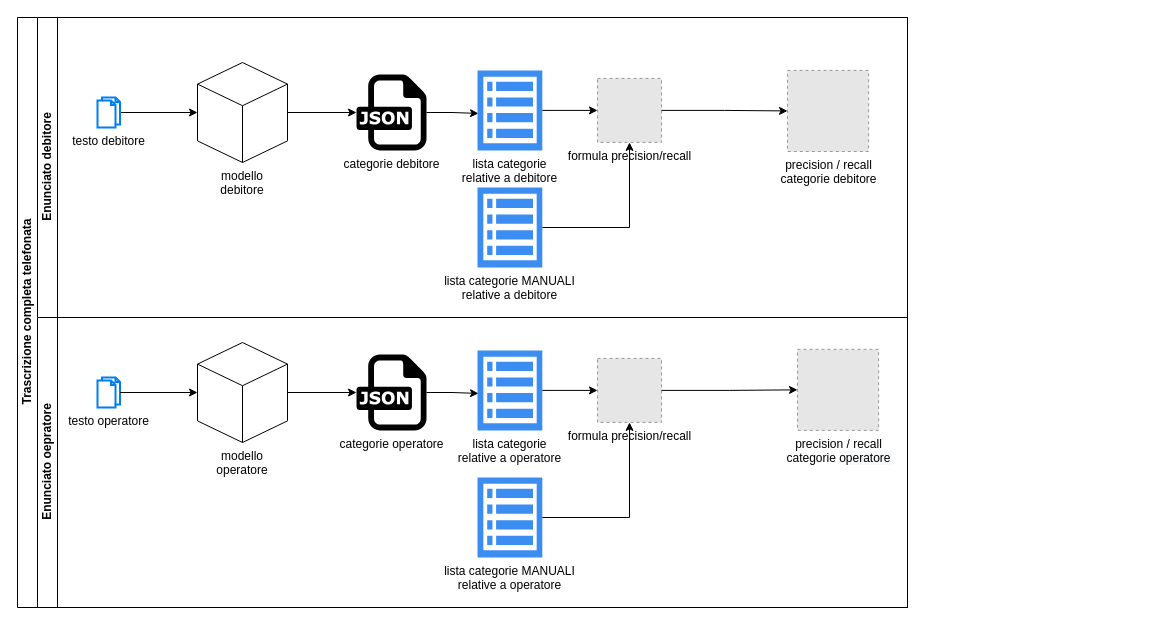
Earlier version of the draw.io diagram Untitled Diagram.drawio (c0pper/word_comments_to_platform_ann). Source tidied: cells renumbered, new cells numbered last; positions are measured from the earlier drawing's top-left corner, leaving out a move shared by most shapes. Both pictures are drawn from the tidied source at 100%, with x=0, y=0 at pixel (17, 17). Pictures stored in the file or linked from it are replaced by grey dashed boxes.
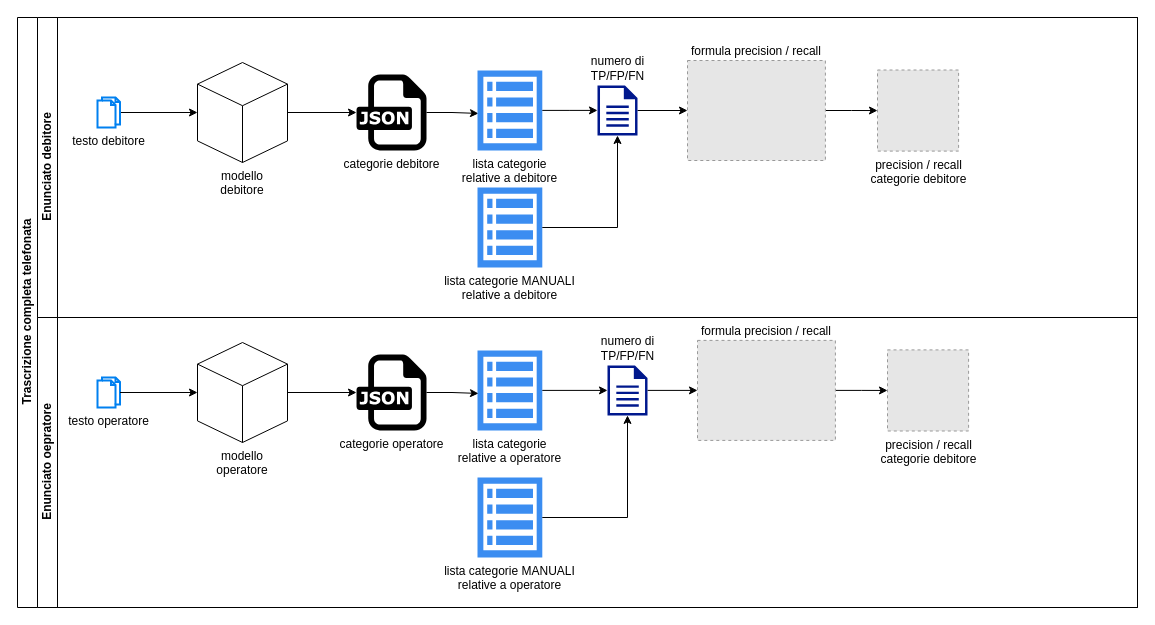
The same diagram, later.

The change refers to these unchanged cells:
```xml
<mxCell id="10" value="lista categorie &lt;br&gt;relative a debitore" style="sketch=0;html=1;strokeColor=none;shadow=0;align=center;verticalAlign=top;fillColor=#3B8DF1;shape=mxgraph.gcp2.view_list;labelPosition=center;verticalLabelPosition=bottom;" parent="3" vertex="1">
  <mxGeometry x="440" y="52.9" width="64.8" height="80" as="geometry" />
</mxCell>
<mxCell id="13" value="lista categorie MANUALI&lt;br&gt;relative a debitore" style="sketch=0;html=1;strokeColor=none;shadow=0;align=center;verticalAlign=top;fillColor=#3B8DF1;shape=mxgraph.gcp2.view_list;labelPosition=center;verticalLabelPosition=bottom;" parent="3" vertex="1">
  <mxGeometry x="440" y="170" width="64.8" height="80" as="geometry" />
</mxCell>
<mxCell id="23" value="lista categorie &lt;br&gt;relative a operatore" style="sketch=0;html=1;strokeColor=none;shadow=0;align=center;verticalAlign=top;fillColor=#3B8DF1;shape=mxgraph.gcp2.view_list;labelPosition=center;verticalLabelPosition=bottom;" parent="17" vertex="1">
  <mxGeometry x="440" y="32.9" width="64.8" height="80" as="geometry" />
</mxCell>
<mxCell id="26" value="lista categorie MANUALI&lt;br&gt;relative a operatore" style="sketch=0;html=1;strokeColor=none;shadow=0;align=center;verticalAlign=top;fillColor=#3B8DF1;shape=mxgraph.gcp2.view_list;labelPosition=center;verticalLabelPosition=bottom;" parent="17" vertex="1">
  <mxGeometry x="440" y="160" width="64.8" height="80" as="geometry" />
</mxCell>
```

What changed in the source:
```diff
@@
     <mxCell id="2" value="Trascrizione completa telefonata" style="swimlane;horizontal=0;startSize=20;html=1;" parent="1" vertex="1">
-      <mxGeometry width="890" height="590" as="geometry" />
+      <mxGeometry width="1120" height="590" as="geometry" />
     </mxCell>
     <mxCell id="3" value="Enunciato debitore" style="swimlane;startSize=20;horizontal=0;html=1;" parent="2" vertex="1">
-      <mxGeometry x="20" width="870" height="300" as="geometry" />
+      <mxGeometry x="20" width="1100" height="300" as="geometry" />
     </mxCell>
@@
-    <mxCell id="11" value="formula precision/recall" style="fillColor=#E6E6E6;strokeColor=#999999;dashed=1;html=1;verticalAlign=top;verticalLabelPosition=bottom;labelBackgroundColor=#ffffff;" parent="3" vertex="1">
-      <mxGeometry x="560" y="60.9" width="64" height="64" as="geometry" />
-    </mxCell>
-    <mxCell id="12" style="edgeStyle=orthogonalEdgeStyle;rounded=0;jettySize=auto;html=1;" parent="3" edge="1" source="10" target="11">
-      <mxGeometry relative="1" as="geometry" />
+    <mxCell id="12" style="edgeStyle=orthogonalEdgeStyle;rounded=0;jettySize=auto;html=1;" parent="3" edge="1" source="10">
+      <mxGeometry relative="1" as="geometry">
+        <mxPoint x="560" y="92.9" as="targetPoint" />
+      </mxGeometry>
     </mxCell>
@@
-    <mxCell id="14" style="edgeStyle=orthogonalEdgeStyle;rounded=0;jettySize=auto;html=1;" parent="3" edge="1" source="13" target="11">
+    <mxCell id="14" style="edgeStyle=orthogonalEdgeStyle;rounded=0;jettySize=auto;html=1;entryX=0.5;entryY=1;entryDx=0;entryDy=0;entryPerimeter=0;" parent="3" edge="1" source="13" target="33">
       <mxGeometry relative="1" as="geometry" />
     </mxCell>
     <mxCell id="15" value="precision / recall&lt;br&gt;categorie debitore" style="fillColor=#E6E6E6;strokeColor=#999999;dashed=1;html=1;verticalAlign=top;verticalLabelPosition=bottom;labelBackgroundColor=#ffffff;" parent="3" vertex="1">
-      <mxGeometry x="750" y="52.9" width="81.1" height="81.1" as="geometry" />
+      <mxGeometry x="840" y="52.5" width="81.1" height="81.1" as="geometry" />
     </mxCell>
-    <mxCell id="16" style="edgeStyle=orthogonalEdgeStyle;rounded=0;jettySize=auto;html=1;entryX=0;entryY=0.5;entryDx=0;entryDy=0;" parent="3" edge="1" source="11" target="15">
+    <mxCell id="16" style="edgeStyle=orthogonalEdgeStyle;rounded=0;jettySize=auto;html=1;entryX=0;entryY=0.5;entryDx=0;entryDy=0;startArrow=none;exitX=1;exitY=0.5;exitDx=0;exitDy=0;" parent="3" edge="1" source="31" target="15">
       <mxGeometry relative="1" as="geometry" />
     </mxCell>
+    <mxCell id="31" value="formula precision / recall" style="fillColor=#E6E6E6;strokeColor=#999999;dashed=1;verticalLabelPosition=top;verticalAlign=bottom;labelPosition=center;align=center;" parent="3" vertex="1">
+      <mxGeometry x="650" y="43" width="137.9" height="100" as="geometry" />
+    </mxCell>
+    <mxCell id="32" style="edgeStyle=orthogonalEdgeStyle;rounded=0;jettySize=auto;html=1;entryX=0;entryY=0.5;entryDx=0;entryDy=0;" parent="3" edge="1" source="33" target="31">
+      <mxGeometry relative="1" as="geometry" />
+    </mxCell>
+    <mxCell id="33" value="numero di&lt;br&gt;TP/FP/FN" style="sketch=0;shadow=0;dashed=0;html=1;strokeColor=none;labelPosition=center;verticalLabelPosition=top;verticalAlign=bottom;align=center;fillColor=#00188D;shape=mxgraph.mscae.enterprise.document;" parent="3" vertex="1">
+      <mxGeometry x="560" y="68" width="40" height="50" as="geometry" />
+    </mxCell>
     <mxCell id="17" value="Enunciato oepratore" style="swimlane;startSize=20;horizontal=0;html=1;" parent="2" vertex="1">
-      <mxGeometry x="20" y="300" width="870" height="290" as="geometry" />
+      <mxGeometry x="20" y="300" width="1100" height="290" as="geometry" />
     </mxCell>
@@
-    <mxCell id="24" value="formula precision/recall" style="fillColor=#E6E6E6;strokeColor=#999999;dashed=1;html=1;verticalAlign=top;verticalLabelPosition=bottom;labelBackgroundColor=#ffffff;" parent="17" vertex="1">
-      <mxGeometry x="560" y="40.9" width="64" height="64" as="geometry" />
-    </mxCell>
-    <mxCell id="25" style="edgeStyle=orthogonalEdgeStyle;rounded=0;jettySize=auto;html=1;" parent="17" edge="1" source="23" target="24">
+    <mxCell id="25" style="edgeStyle=orthogonalEdgeStyle;rounded=0;jettySize=auto;html=1;entryX=0;entryY=0.5;entryDx=0;entryDy=0;entryPerimeter=0;" parent="17" edge="1" source="23" target="38">
       <mxGeometry relative="1" as="geometry" />
     </mxCell>
@@
-    <mxCell id="27" style="edgeStyle=orthogonalEdgeStyle;rounded=0;jettySize=auto;html=1;" parent="17" edge="1" source="26" target="24">
+    <mxCell id="27" style="edgeStyle=orthogonalEdgeStyle;rounded=0;jettySize=auto;html=1;entryX=0.5;entryY=1;entryDx=0;entryDy=0;entryPerimeter=0;" parent="17" edge="1" source="26" target="38">
       <mxGeometry relative="1" as="geometry" />
     </mxCell>
-    <mxCell id="28" value="precision / recall&lt;br&gt;categorie&amp;nbsp;&lt;span style=&quot;background-color: rgb(248, 249, 250);&quot;&gt;operatore&lt;/span&gt;" style="fillColor=#E6E6E6;strokeColor=#999999;dashed=1;html=1;verticalAlign=top;verticalLabelPosition=bottom;labelBackgroundColor=#ffffff;" parent="17" vertex="1">
-      <mxGeometry x="760" y="31.8" width="81.1" height="81.1" as="geometry" />
-    </mxCell>
-    <mxCell id="29" style="edgeStyle=orthogonalEdgeStyle;rounded=0;jettySize=auto;html=1;entryX=0;entryY=0.5;entryDx=0;entryDy=0;" parent="17" edge="1" source="24" target="28">
-      <mxGeometry relative="1" as="geometry" />
-    </mxCell>
@@
+    <mxCell id="34" value="precision / recall&lt;br&gt;categorie debitore" style="fillColor=#E6E6E6;strokeColor=#999999;dashed=1;html=1;verticalAlign=top;verticalLabelPosition=bottom;labelBackgroundColor=#ffffff;" parent="17" vertex="1">
+      <mxGeometry x="850" y="32.4" width="81.1" height="81.1" as="geometry" />
+    </mxCell>
+    <mxCell id="35" style="edgeStyle=orthogonalEdgeStyle;rounded=0;jettySize=auto;html=1;entryX=0;entryY=0.5;entryDx=0;entryDy=0;startArrow=none;exitX=1;exitY=0.5;exitDx=0;exitDy=0;" parent="17" edge="1" source="36" target="34">
+      <mxGeometry relative="1" as="geometry" />
+    </mxCell>
+    <mxCell id="36" value="formula precision / recall" style="fillColor=#E6E6E6;strokeColor=#999999;dashed=1;verticalLabelPosition=top;verticalAlign=bottom;labelPosition=center;align=center;" parent="17" vertex="1">
+      <mxGeometry x="660" y="22.9" width="137.9" height="100" as="geometry" />
+    </mxCell>
+    <mxCell id="37" style="edgeStyle=orthogonalEdgeStyle;rounded=0;jettySize=auto;html=1;entryX=0;entryY=0.5;entryDx=0;entryDy=0;" parent="17" edge="1" source="38" target="36">
+      <mxGeometry relative="1" as="geometry" />
+    </mxCell>
+    <mxCell id="38" value="numero di&lt;br&gt;TP/FP/FN" style="sketch=0;shadow=0;dashed=0;html=1;strokeColor=none;labelPosition=center;verticalLabelPosition=top;verticalAlign=bottom;align=center;fillColor=#00188D;shape=mxgraph.mscae.enterprise.document;" parent="17" vertex="1">
+      <mxGeometry x="570" y="47.9" width="40" height="50" as="geometry" />
+    </mxCell>
```
